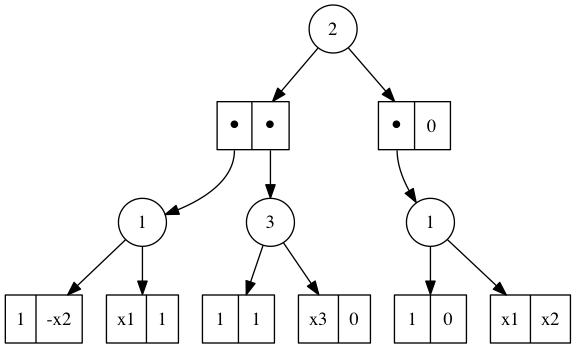
Above: dotG/test2/f=-x1⊕x2.dot.png in fangbq/SFDD (Graphviz), before the change. Its source is kept beside it as dotG/test2/f=-x1⊕x2.dot.
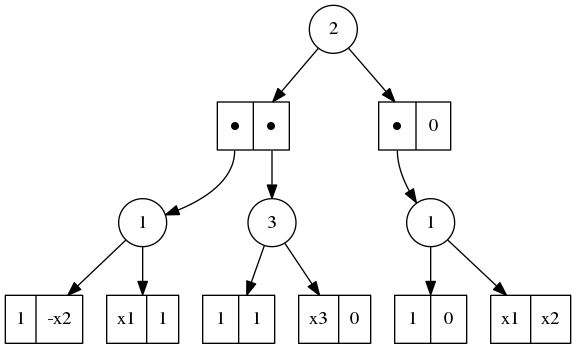
The same file after the commit.

Change to the diagram source:
```diff
@@ -1,25 +1,25 @@
 digraph G {
 	Dec_0_1 [shape=circle, label="2"]
-	Dec_0_1 -> Ele_1_16
-	Ele_1_16 [shape=record,label="<f0> ●|<f1> ●"]
-	Ele_1_16:f0 -> Dec_2_24
-	Dec_2_24 [shape=circle, label="1"]
-	Dec_2_24 -> Ele_3_45
-	Ele_3_45 [shape=record,label="<f0> 1|<f1> -x2"]
-	Dec_2_24 -> Ele_3_46
-	Ele_3_46 [shape=record,label="<f0> x1|<f1> 1"]
-	Ele_1_16:f1 -> Dec_2_25
-	Dec_2_25 [shape=circle, label="3"]
-	Dec_2_25 -> Ele_3_47
-	Ele_3_47 [shape=record,label="<f0> 1|<f1> 1"]
-	Dec_2_25 -> Ele_3_48
-	Ele_3_48 [shape=record,label="<f0> x3|<f1> 0"]
-	Dec_0_1 -> Ele_1_17
-	Ele_1_17 [shape=record,label="<f0> ●|<f1> 0"]
-	Ele_1_17:f0 -> Dec_2_26
-	Dec_2_26 [shape=circle, label="1"]
-	Dec_2_26 -> Ele_3_49
-	Ele_3_49 [shape=record,label="<f0> 1|<f1> 0"]
-	Dec_2_26 -> Ele_3_50
-	Ele_3_50 [shape=record,label="<f0> x1|<f1> x2"]
+	Dec_0_1 -> Ele_1_19
+	Ele_1_19 [shape=record,label="<f0> ●|<f1> ●"]
+	Ele_1_19:f0 -> Dec_2_28
+	Dec_2_28 [shape=circle, label="1"]
+	Dec_2_28 -> Ele_3_51
+	Ele_3_51 [shape=record,label="<f0> 1|<f1> -x2"]
+	Dec_2_28 -> Ele_3_52
+	Ele_3_52 [shape=record,label="<f0> x1|<f1> 1"]
+	Ele_1_19:f1 -> Dec_2_29
+	Dec_2_29 [shape=circle, label="3"]
+	Dec_2_29 -> Ele_3_53
+	Ele_3_53 [shape=record,label="<f0> 1|<f1> 1"]
+	Dec_2_29 -> Ele_3_54
+	Ele_3_54 [shape=record,label="<f0> x3|<f1> 0"]
+	Dec_0_1 -> Ele_1_20
+	Ele_1_20 [shape=record,label="<f0> ●|<f1> 0"]
+	Ele_1_20:f0 -> Dec_2_30
+	Dec_2_30 [shape=circle, label="1"]
+	Dec_2_30 -> Ele_3_55
+	Ele_3_55 [shape=record,label="<f0> 1|<f1> 0"]
+	Dec_2_30 -> Ele_3_56
+	Ele_3_56 [shape=record,label="<f0> x1|<f1> x2"]
 }
```
